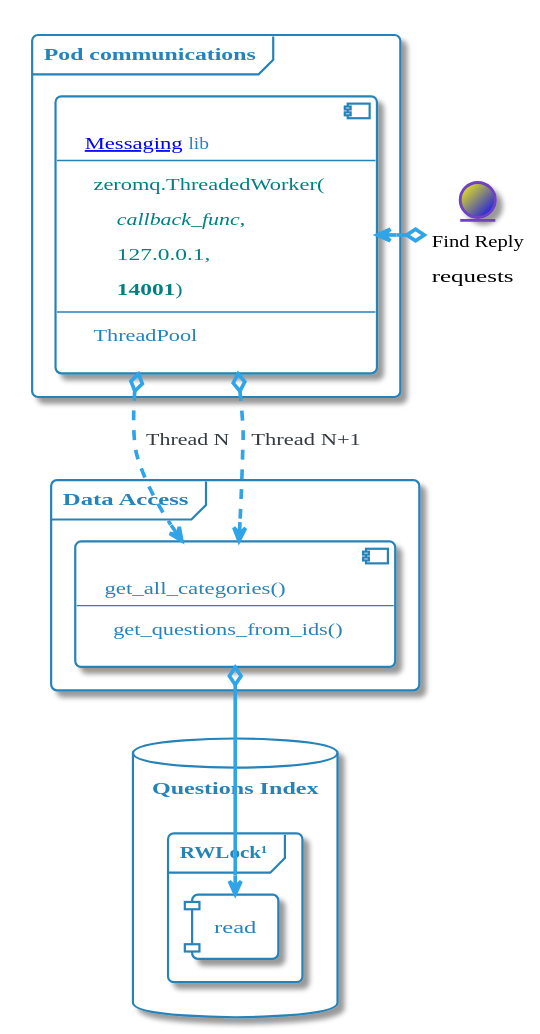
The PlantUML diagram images/plantuml/Admin/admin/Admin_Index.svg in momenttech/maestro-architecture, before a commit.
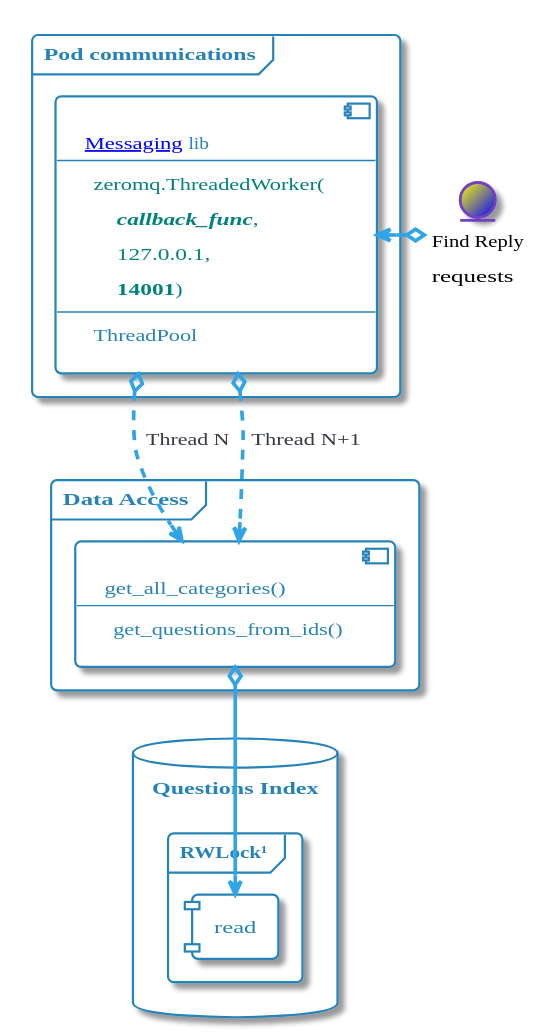
Above is the later version.

Diff of the diagram source:
```diff
@@ -421,7 +421,7 @@
                 [[http://10.165.64.205/AI/Messaging Messaging]] lib
                 ----
                 <color:teal>zeromq.ThreadedWorker(</color>
-                <color:teal>    <i>callback_func</i>,</color>
+                <color:teal>    <i><b>callback_func</b></i>,</color>
                 <color:teal>    127.0.0.1,</color>
                 <color:teal>    <b>14001</b>)</color>
                 ---
```
